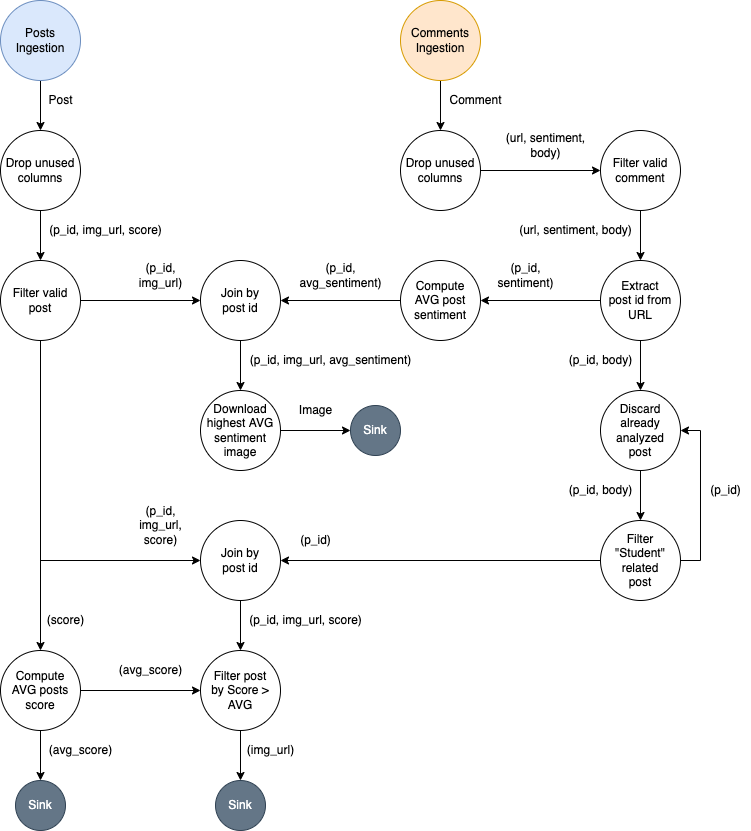
The draw.io diagram TP2/docs/diagrams/DAG.png in mauro7x/distribuidos, before a commit. Source tidied: cells renumbered, new cells last; positions are measured from the earlier drawing's top-left corner, leaving out a move shared by most shapes.
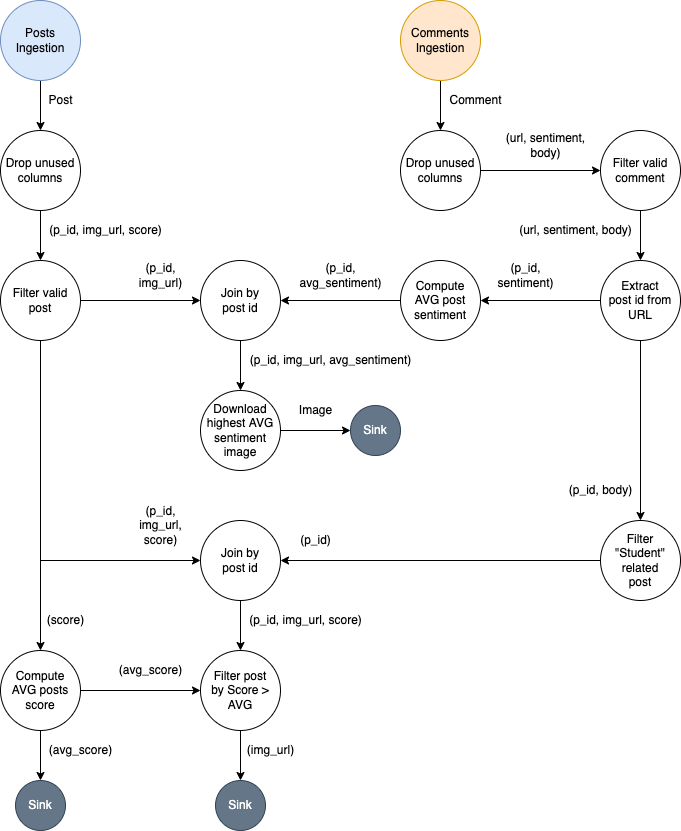
The same diagram one commit later.

The edit, as a diff of the source:
```diff
@@ -60,9 +60,9 @@
     <mxCell id="19" style="edgeStyle=orthogonalEdgeStyle;rounded=0;jettySize=auto;html=1;" parent="1" edge="1" source="21" target="24">
       <mxGeometry relative="1" as="geometry" />
     </mxCell>
-    <mxCell id="20" style="edgeStyle=orthogonalEdgeStyle;rounded=0;jettySize=auto;html=1;fontSize=10;" parent="1" edge="1" source="21" target="36">
-      <mxGeometry relative="1" as="geometry" />
-    </mxCell>
+    <mxCell id="60" style="edgeStyle=orthogonalEdgeStyle;rounded=0;jettySize=auto;html=1;" parent="1" edge="1" source="21" target="39">
+      <mxGeometry relative="1" as="geometry" />
+    </mxCell>
     <mxCell id="21" value="Extract&lt;br&gt;post id from URL" style="ellipse;whiteSpace=wrap;html=1;" parent="1" vertex="1">
       <mxGeometry x="600" y="260" width="80" height="80" as="geometry" />
     </mxCell>
@@ -105,20 +105,6 @@
     <mxCell id="34" value="Image" style="text;html=1;align=center;verticalAlign=middle;strokeColor=none;fillColor=none;" parent="1" vertex="1">
       <mxGeometry x="290" y="400" width="50" height="20" as="geometry" />
     </mxCell>
-    <mxCell id="35" style="edgeStyle=orthogonalEdgeStyle;rounded=0;jettySize=auto;html=1;fontSize=10;" parent="1" edge="1" source="36" target="39">
-      <mxGeometry relative="1" as="geometry" />
-    </mxCell>
-    <mxCell id="36" value="Discard&lt;br&gt;already analyzed&lt;br&gt;post" style="ellipse;whiteSpace=wrap;html=1;" parent="1" vertex="1">
-      <mxGeometry x="600" y="390" width="80" height="80" as="geometry" />
-    </mxCell>
-    <mxCell id="37" style="edgeStyle=orthogonalEdgeStyle;rounded=0;jettySize=auto;html=1;fontSize=10;" parent="1" edge="1" source="39" target="36">
-      <mxGeometry relative="1" as="geometry">
-        <Array as="points">
-          <mxPoint x="700" y="560" />
-          <mxPoint x="700" y="430" />
-        </Array>
-      </mxGeometry>
-    </mxCell>
     <mxCell id="38" style="edgeStyle=orthogonalEdgeStyle;rounded=0;jettySize=auto;html=1;fontSize=10;" parent="1" edge="1" source="39" target="47">
       <mxGeometry relative="1" as="geometry" />
     </mxCell>
@@ -131,12 +117,6 @@
     <mxCell id="41" value="Filter post&lt;br&gt;by Score &amp;gt; AVG" style="ellipse;whiteSpace=wrap;html=1;" parent="1" vertex="1">
       <mxGeometry x="200" y="650" width="80" height="80" as="geometry" />
     </mxCell>
-    <mxCell id="42" value="(p_id, body)" style="text;html=1;align=center;verticalAlign=middle;strokeColor=none;fillColor=none;" parent="1" vertex="1">
-      <mxGeometry x="560" y="350" width="80" height="20" as="geometry" />
-    </mxCell>
-    <mxCell id="43" value="(p_id)" style="text;html=1;align=center;verticalAlign=middle;strokeColor=none;fillColor=none;" parent="1" vertex="1">
-      <mxGeometry x="700" y="480" width="50" height="20" as="geometry" />
-    </mxCell>
     <mxCell id="44" value="(p_id, body)" style="text;html=1;align=center;verticalAlign=middle;strokeColor=none;fillColor=none;" parent="1" vertex="1">
       <mxGeometry x="560" y="480" width="80" height="20" as="geometry" />
     </mxCell>
```
